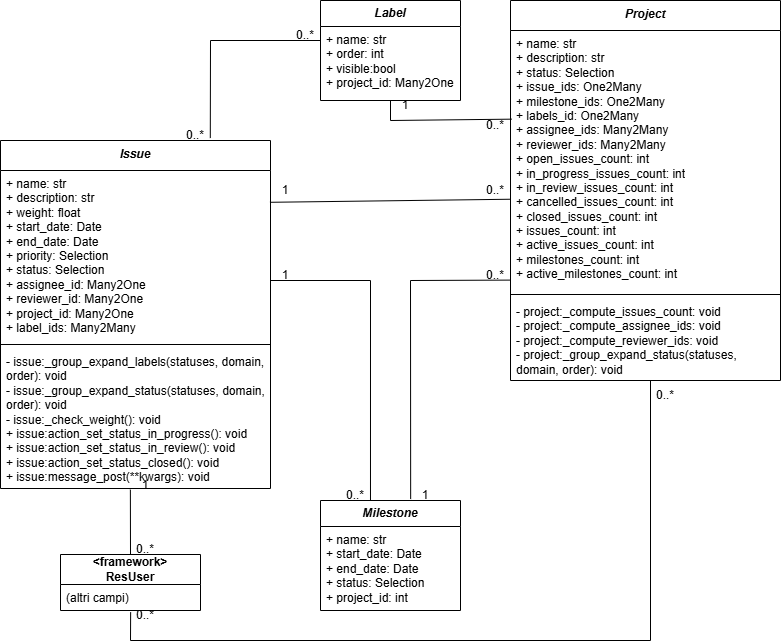
Above: docs/images/UML.drawio.png in fbpdrn/project-tracker-gestione-dei-sistemi-ict (draw.io), before the change. Source tidied: cells renumbered, new cells last; positions are measured from the earlier drawing's top-left corner, leaving out a move shared by most shapes.
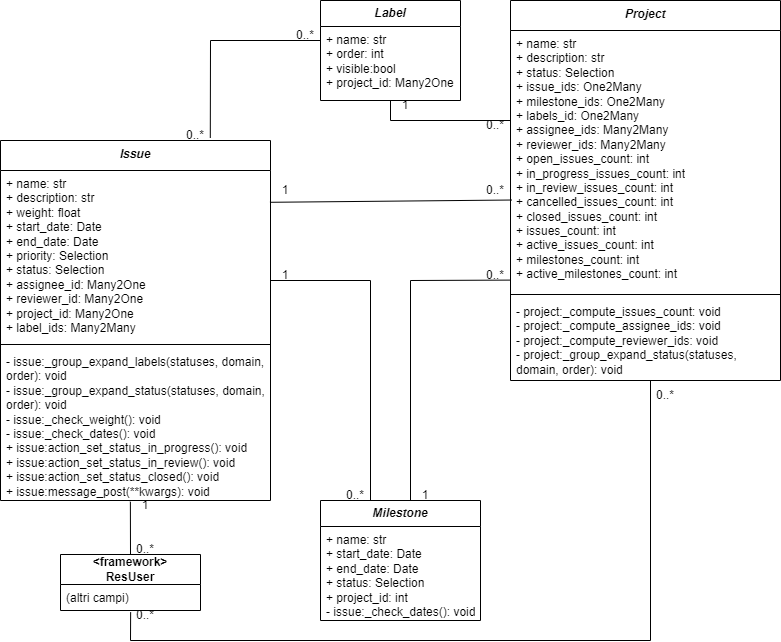
The same file after the commit.

Change to the diagram source:
```diff
@@ -3,7 +3,7 @@
     <mxCell id="0" />
     <mxCell id="1" parent="0" />
     <mxCell id="2" value="&lt;i&gt;Issue&lt;/i&gt;" style="swimlane;fontStyle=1;align=center;verticalAlign=top;horizontal=1;startSize=30;whiteSpace=wrap;html=1;" parent="1" vertex="1">
-      <mxGeometry y="140" width="270" height="348" as="geometry" />
+      <mxGeometry y="140" width="270" height="360" as="geometry" />
     </mxCell>
     <mxCell id="3" value="+ name: str&lt;br&gt;+ description: str&lt;br&gt;+ weight: float&lt;br&gt;+ start_date: Date&lt;br&gt;+ end_date: Date&lt;br&gt;+ priority: Selection&lt;br&gt;+ status: Selection&lt;br&gt;+ assignee_id: Many2One&lt;br&gt;+ reviewer_id: Many2One&lt;br&gt;+ project_id: Many2One&lt;br&gt;+ label_ids: Many2Many" style="text;strokeColor=none;fillColor=none;align=left;verticalAlign=top;spacingLeft=4;spacingRight=4;overflow=hidden;points=[[0,0.5],[1,0.5]];portConstraint=eastwest;whiteSpace=wrap;html=1;" parent="2" vertex="1">
       <mxGeometry y="30" width="270" height="170" as="geometry" />
@@ -11,20 +11,20 @@
     <mxCell id="4" style="line;strokeWidth=1;fillColor=none;align=left;verticalAlign=middle;spacingTop=-1;spacingLeft=3;spacingRight=3;labelPosition=right;strokeColor=inherit;" parent="2" vertex="1">
       <mxGeometry y="200" width="270" height="8" as="geometry" />
     </mxCell>
-    <mxCell id="5" value="- issue:_group_expand_labels(statuses, domain, order): void&lt;br&gt;- issue:_group_expand_status(statuses, domain, order): void&lt;br&gt;- issue:_check_weight(): void&lt;br&gt;+ issue:action_set_status_in_progress(): void&lt;br&gt;+ issue:action_set_status_in_review(): void&lt;br&gt;+ issue:action_set_status_closed(): void&lt;br&gt;+ issue:message_post(**kwargs): void" style="text;strokeColor=none;fillColor=none;align=left;verticalAlign=top;spacingLeft=4;spacingRight=4;overflow=hidden;points=[[0,0.5],[1,0.5]];portConstraint=eastwest;whiteSpace=wrap;html=1;" parent="2" vertex="1">
-      <mxGeometry y="208" width="270" height="140" as="geometry" />
+    <mxCell id="5" value="- issue:_group_expand_labels(statuses, domain, order): void&lt;br&gt;- issue:_group_expand_status(statuses, domain, order): void&lt;br&gt;- issue:_check_weight(): void&lt;div&gt;- issue:_check_dates(): void&lt;br&gt;+ issue:action_set_status_in_progress(): void&lt;br&gt;+ issue:action_set_status_in_review(): void&lt;br&gt;+ issue:action_set_status_closed(): void&lt;br&gt;+ issue:message_post(**kwargs): void&lt;/div&gt;" style="text;strokeColor=none;fillColor=none;align=left;verticalAlign=top;spacingLeft=4;spacingRight=4;overflow=hidden;points=[[0,0.5],[1,0.5]];portConstraint=eastwest;whiteSpace=wrap;html=1;" parent="2" vertex="1">
+      <mxGeometry y="208" width="270" height="152" as="geometry" />
     </mxCell>
-    <mxCell id="6" value="&lt;i&gt;&lt;b&gt;Label&lt;/b&gt;&lt;/i&gt;" style="swimlane;fontStyle=0;horizontal=1;startSize=26;whiteSpace=wrap;html=1;" parent="1" vertex="1">
+    <mxCell id="6" value="&lt;i&gt;&lt;span&gt;Label&lt;/span&gt;&lt;/i&gt;" style="swimlane;fontStyle=1;horizontal=1;startSize=26;whiteSpace=wrap;html=1;" parent="1" vertex="1">
       <mxGeometry x="320" width="140" height="100" as="geometry" />
     </mxCell>
     <mxCell id="7" value="+ name: str&lt;br&gt;+ order: int&lt;br&gt;+ visible:bool&lt;br&gt;+ project_id: Many2One" style="text;strokeColor=none;fillColor=none;align=left;verticalAlign=top;spacingLeft=4;spacingRight=4;overflow=hidden;whiteSpace=wrap;html=1;" parent="6" vertex="1">
       <mxGeometry y="26" width="140" height="74" as="geometry" />
     </mxCell>
     <mxCell id="8" value="&lt;i&gt;&lt;b&gt;Milestone&lt;/b&gt;&lt;/i&gt;" style="swimlane;fontStyle=0;horizontal=1;startSize=26;fillColor=default;whiteSpace=wrap;html=1;" parent="1" vertex="1">
-      <mxGeometry x="320" y="500" width="140" height="110" as="geometry" />
+      <mxGeometry x="320" y="500" width="160" height="120" as="geometry" />
     </mxCell>
-    <mxCell id="9" value="+ name: str&lt;br&gt;+ start_date: Date&lt;br&gt;+ end_date: Date&lt;br&gt;+ status: Selection&lt;br&gt;+ project_id: int" style="text;strokeColor=none;fillColor=none;align=left;verticalAlign=top;spacingLeft=4;spacingRight=4;overflow=hidden;whiteSpace=wrap;html=1;" parent="8" vertex="1">
-      <mxGeometry y="26" width="140" height="84" as="geometry" />
+    <mxCell id="9" value="+ name: str&lt;br&gt;+ start_date: Date&lt;br&gt;+ end_date: Date&lt;br&gt;+ status: Selection&lt;br&gt;+ project_id: int&lt;div&gt;- issue:_check_dates(): void&lt;br&gt;&lt;/div&gt;" style="text;strokeColor=none;fillColor=none;align=left;verticalAlign=top;spacingLeft=4;spacingRight=4;overflow=hidden;whiteSpace=wrap;html=1;" parent="8" vertex="1">
+      <mxGeometry y="26" width="160" height="94" as="geometry" />
     </mxCell>
     <mxCell id="10" value="&lt;i&gt;Project&lt;/i&gt;" style="swimlane;fontStyle=1;align=center;verticalAlign=top;horizontal=1;startSize=30;whiteSpace=wrap;html=1;" parent="1" vertex="1">
       <mxGeometry x="510" width="270" height="380" as="geometry" />
@@ -38,7 +38,7 @@
     <mxCell id="13" value="- project:_compute_issues_count: void&lt;br&gt;- project:_compute_assignee_ids: void&lt;br&gt;- project:_compute_reviewer_ids: void&lt;br&gt;- project:_group_expand_status(statuses, domain, order): void" style="text;strokeColor=none;fillColor=none;align=left;verticalAlign=top;spacingLeft=4;spacingRight=4;overflow=hidden;whiteSpace=wrap;html=1;" parent="10" vertex="1">
       <mxGeometry y="298" width="270" height="82" as="geometry" />
     </mxCell>
-    <mxCell id="14" style="endArrow=none;html=1;rounded=0;entryX=0.998;entryY=0.187;entryDx=0;entryDy=0;entryPerimeter=0;exitX=-0.001;exitY=0.649;exitDx=0;exitDy=0;exitPerimeter=0;" parent="1" edge="1" source="11" target="3">
+    <mxCell id="14" style="endArrow=none;html=1;rounded=0;entryX=0.998;entryY=0.187;entryDx=0;entryDy=0;entryPerimeter=0;exitX=0.004;exitY=0.652;exitDx=0;exitDy=0;exitPerimeter=0;" parent="1" edge="1" source="11" target="3">
       <mxGeometry relative="1" as="geometry" />
     </mxCell>
     <mxCell id="15" style="endArrow=none;html=1;rounded=0;entryX=0.777;entryY=-0.007;entryDx=0;entryDy=0;entryPerimeter=0;exitX=1;exitY=1;exitDx=0;exitDy=0;" parent="1" edge="1" source="23" target="2">
@@ -48,21 +48,22 @@
         </Array>
       </mxGeometry>
     </mxCell>
-    <mxCell id="16" style="endArrow=none;html=1;rounded=0;entryX=0;entryY=0;entryDx=0;entryDy=0;exitX=0.004;exitY=0.341;exitDx=0;exitDy=0;exitPerimeter=0;" parent="1" edge="1" source="11" target="24">
+    <mxCell id="16" style="endArrow=none;html=1;rounded=0;entryX=0;entryY=0;entryDx=0;entryDy=0;" parent="1" edge="1" target="24">
       <mxGeometry relative="1" as="geometry">
+        <mxPoint x="510" y="120" as="sourcePoint" />
         <Array as="points">
           <mxPoint x="390" y="120" />
         </Array>
       </mxGeometry>
     </mxCell>
-    <mxCell id="17" style="endArrow=none;html=1;rounded=0;entryX=0;entryY=1;entryDx=0;entryDy=0;exitX=0.357;exitY=0;exitDx=0;exitDy=0;exitPerimeter=0;" parent="1" edge="1" source="8" target="31">
+    <mxCell id="17" style="endArrow=none;html=1;rounded=0;entryX=0;entryY=1;entryDx=0;entryDy=0;exitX=1;exitY=1;exitDx=0;exitDy=0;" parent="1" edge="1" source="30" target="31">
       <mxGeometry relative="1" as="geometry">
         <Array as="points">
           <mxPoint x="370" y="280" />
         </Array>
       </mxGeometry>
     </mxCell>
-    <mxCell id="18" style="endArrow=none;html=1;rounded=0;exitX=-0.001;exitY=0.96;exitDx=0;exitDy=0;exitPerimeter=0;entryX=0.644;entryY=-0.013;entryDx=0;entryDy=0;entryPerimeter=0;" parent="1" edge="1" source="11" target="8">
+    <mxCell id="18" style="endArrow=none;html=1;rounded=0;exitX=-0.001;exitY=0.96;exitDx=0;exitDy=0;exitPerimeter=0;entryX=0;entryY=1;entryDx=0;entryDy=0;" parent="1" edge="1" source="11" target="29">
       <mxGeometry relative="1" as="geometry">
         <Array as="points">
           <mxPoint x="410" y="280" />
@@ -112,7 +113,7 @@
       <mxGeometry x="130" y="544" width="30" height="10" as="geometry" />
     </mxCell>
     <mxCell id="33" value="1" style="text;html=1;strokeColor=none;fillColor=none;align=center;verticalAlign=middle;whiteSpace=wrap;rounded=0;" parent="1" vertex="1">
-      <mxGeometry x="130" y="480" width="30" height="10" as="geometry" />
+      <mxGeometry x="130" y="500" width="30" height="10" as="geometry" />
     </mxCell>
     <mxCell id="34" style="endArrow=none;html=1;rounded=0;entryX=0.501;entryY=1.066;entryDx=0;entryDy=0;entryPerimeter=0;" parent="1" edge="1" target="20">
       <mxGeometry relative="1" as="geometry">
```
